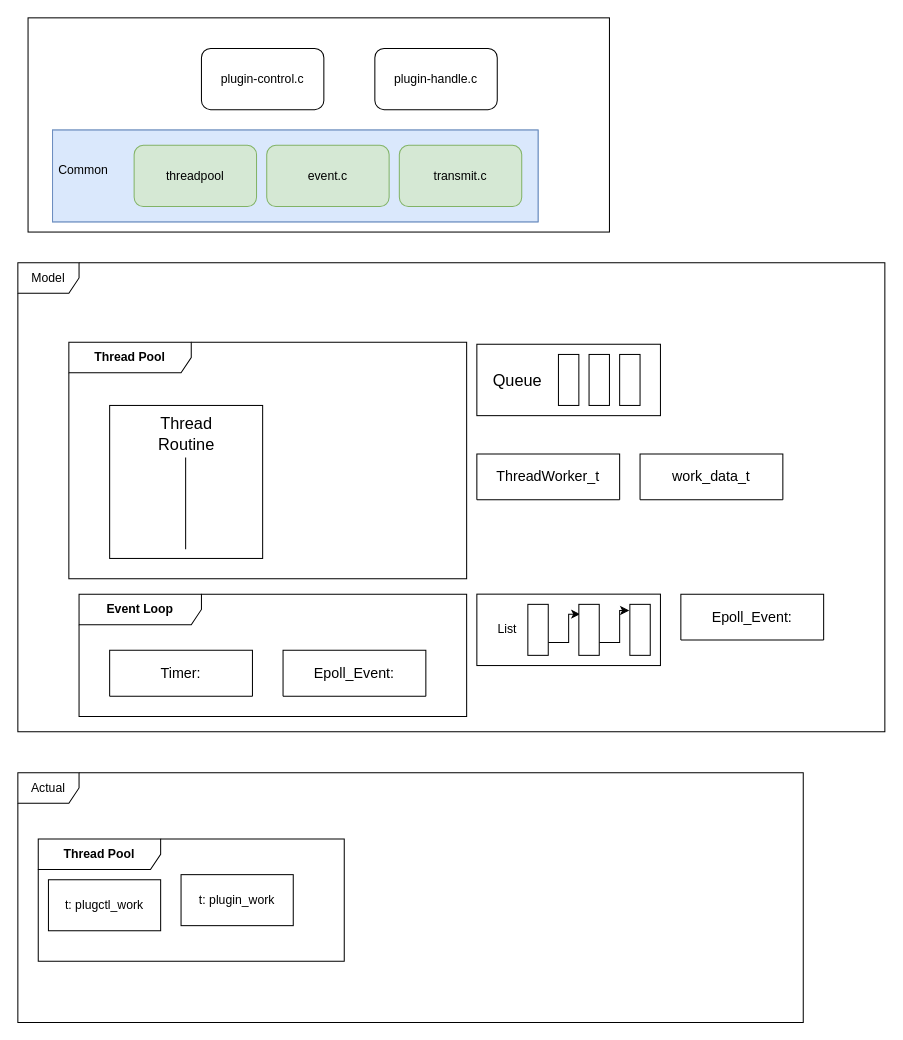
This is page "frame" (3 of 3) of gw-mtk/mobile_manager.drawio from waterwatermelon/graph, a draw.io file, before an edit. Source tidied: cells renumbered, new cells numbered last; positions are measured from the earlier drawing's top-left corner, leaving out a move shared by most shapes. Both pictures are drawn from the tidied source at 102%, with x=0, y=0 at pixel (17, 17).
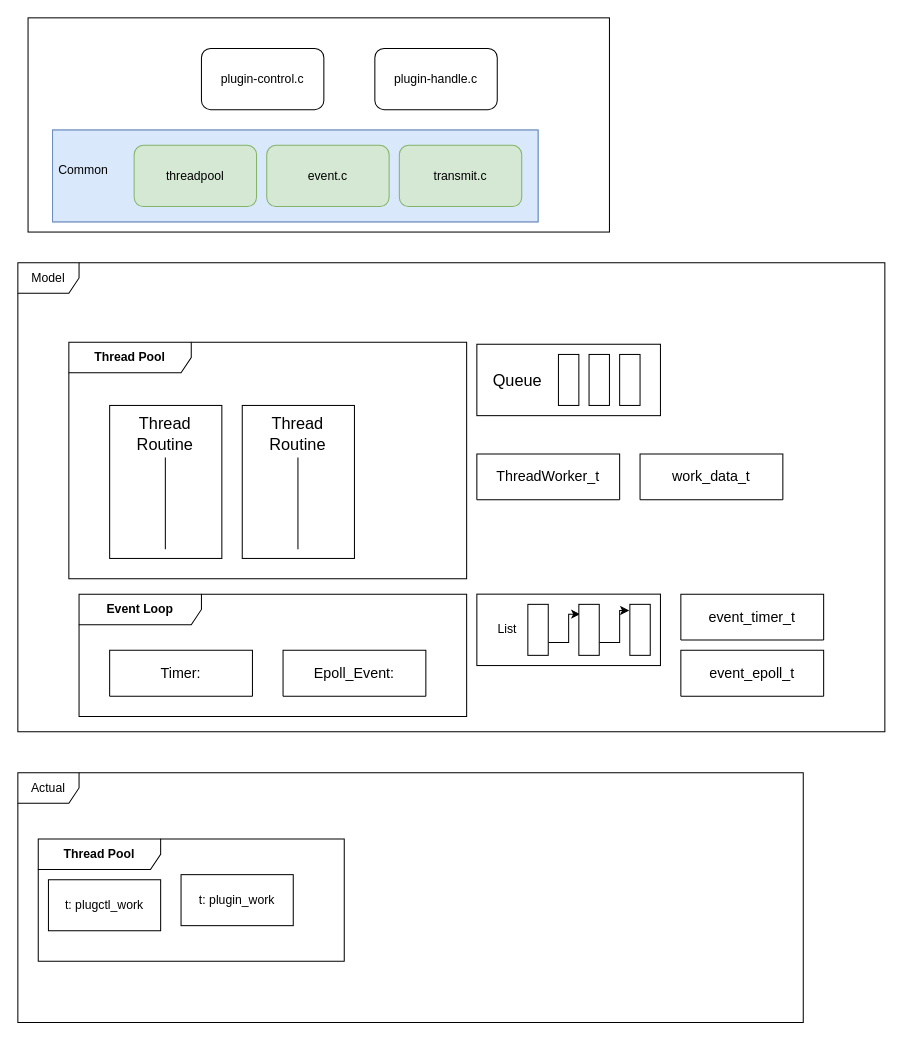
Above is the later version.

Change to the diagram source:
```diff
@@
     <mxCell id="28" style="group;" parent="1" vertex="1">
-      <mxGeometry x="90" y="380" width="150" height="150" as="geometry" />
+      <mxGeometry x="90" y="380" width="110" height="150" as="geometry" />
     </mxCell>
+    <mxCell id="40" style="group;" parent="28" vertex="1">
+      <mxGeometry width="110" height="150" as="geometry" />
+    </mxCell>
-    <mxCell id="29" style="rounded=0;whiteSpace=wrap;html=1;fontSize=16;align=center;" parent="28" vertex="1">
-      <mxGeometry width="150" height="150" as="geometry" />
+    <mxCell id="29" style="rounded=0;whiteSpace=wrap;html=1;fontSize=16;align=center;" parent="40" vertex="1">
+      <mxGeometry width="110" height="150" as="geometry" />
     </mxCell>
-    <mxCell id="30" value="Thread&lt;br&gt;Routine" style="text;html=1;strokeColor=none;fillColor=none;align=center;verticalAlign=middle;whiteSpace=wrap;rounded=0;fontSize=16;" parent="28" vertex="1">
-      <mxGeometry x="23.6" y="6.9" width="102.9" height="41.2" as="geometry" />
+    <mxCell id="30" value="Thread&lt;br&gt;Routine" style="text;html=1;strokeColor=none;fillColor=none;align=center;verticalAlign=middle;whiteSpace=wrap;rounded=0;fontSize=16;" parent="40" vertex="1">
+      <mxGeometry x="17.3" y="6.9" width="75.4" height="41.2" as="geometry" />
     </mxCell>
-    <mxCell id="31" style="endArrow=none;html=1;rounded=0;" parent="28" edge="1">
+    <mxCell id="31" style="endArrow=none;html=1;rounded=0;" parent="40" edge="1">
       <mxGeometry relative="1" as="geometry">
-        <mxPoint x="74.5" y="51" as="sourcePoint" />
-        <mxPoint x="74.5" y="141" as="targetPoint" />
+        <mxPoint x="54.6" y="51" as="sourcePoint" />
+        <mxPoint x="54.6" y="141" as="targetPoint" />
       </mxGeometry>
     </mxCell>
@@
-    <mxCell id="39" value="Epoll_Event:" style="swimlane;horizontal=1;startSize=50;rounded=1;fontSize=14;fontStyle=0;strokeWidth=1;shadow=0;dashed=0;align=center;arcSize=4;whiteSpace=wrap;html=1;" parent="1" vertex="1" collapsed="1">
+    <mxCell id="39" value="event_timer_t" style="swimlane;horizontal=1;startSize=50;rounded=1;fontSize=14;fontStyle=0;strokeWidth=1;shadow=0;dashed=0;align=center;arcSize=4;whiteSpace=wrap;html=1;" parent="1" vertex="1" collapsed="1">
       <mxGeometry x="650" y="565" width="140" height="45" as="geometry" />
     </mxCell>
+    <mxCell id="41" value="event_epoll_t" style="swimlane;horizontal=1;startSize=50;rounded=1;fontSize=14;fontStyle=0;strokeWidth=1;shadow=0;dashed=0;align=center;arcSize=4;whiteSpace=wrap;html=1;" parent="1" vertex="1" collapsed="1">
+      <mxGeometry x="650" y="620" width="140" height="45" as="geometry" />
+    </mxCell>
+    <mxCell id="42" style="group;" parent="1" vertex="1">
+      <mxGeometry x="220" y="380" width="110" height="150" as="geometry" />
+    </mxCell>
+    <mxCell id="43" style="group;" parent="42" vertex="1">
+      <mxGeometry width="110" height="150" as="geometry" />
+    </mxCell>
+    <mxCell id="44" style="rounded=0;whiteSpace=wrap;html=1;fontSize=16;align=center;" parent="43" vertex="1">
+      <mxGeometry width="110" height="150" as="geometry" />
+    </mxCell>
+    <mxCell id="45" value="Thread&lt;br&gt;Routine" style="text;html=1;strokeColor=none;fillColor=none;align=center;verticalAlign=middle;whiteSpace=wrap;rounded=0;fontSize=16;" parent="43" vertex="1">
+      <mxGeometry x="17.3" y="6.9" width="75.4" height="41.2" as="geometry" />
+    </mxCell>
+    <mxCell id="46" style="endArrow=none;html=1;rounded=0;" parent="43" edge="1">
+      <mxGeometry relative="1" as="geometry">
+        <mxPoint x="54.6" y="51" as="sourcePoint" />
+        <mxPoint x="54.6" y="141" as="targetPoint" />
+      </mxGeometry>
+    </mxCell>
```
